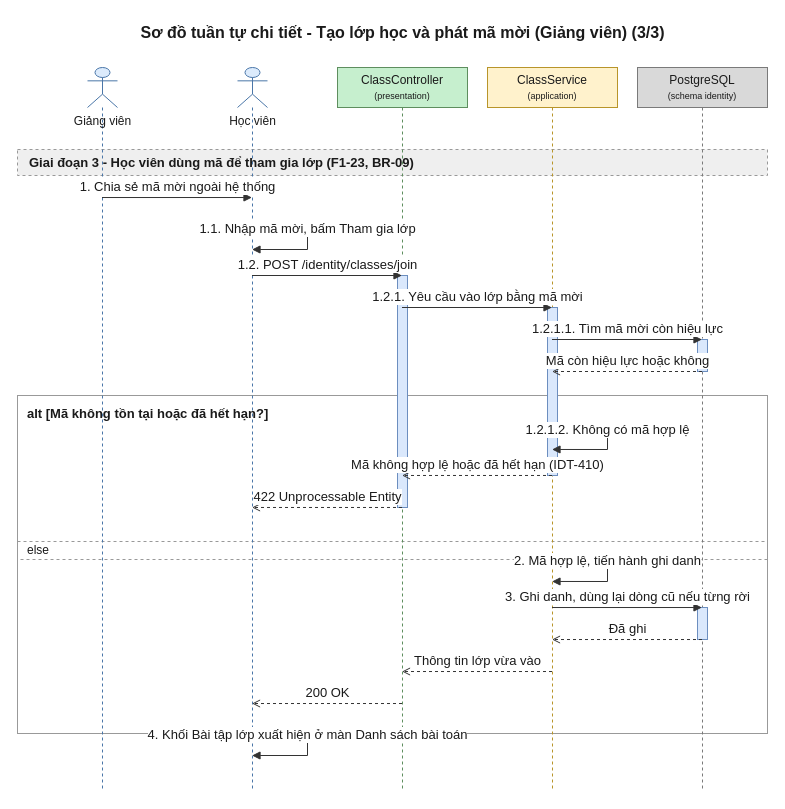
This is 08-diagram/sequence/gv/sequence_gv_tao_lop_va_ma_moi_p3.drawio from daiphu1801/PRJ_ALGOPREP, a draw.io file, before an edit. Source tidied: cells renumbered, new cells numbered last; positions are measured from the earlier drawing's top-left corner, leaving out a move shared by most shapes. Both pictures are drawn from the tidied source at 100%, with x=0, y=0 at pixel (17, 17).
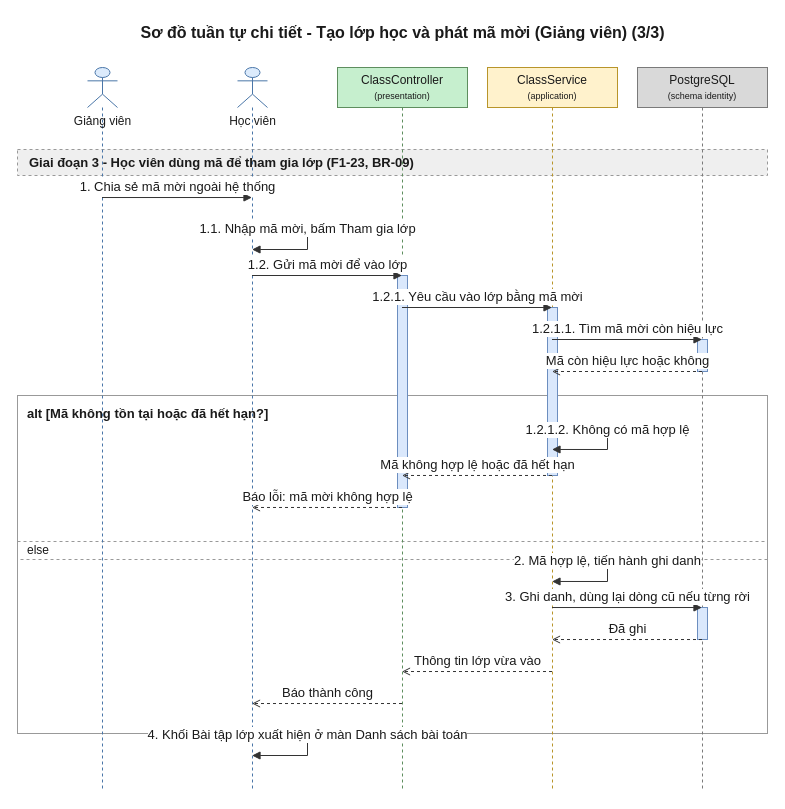
Above is the later version.

Unchanged cells that the change refers to:
```xml
<mxCell id="7" value="Học viên" style="shape=umlLifeline;participant=umlActor;perimeter=lifelinePerimeter;html=1;outlineConnect=0;size=40;verticalAlign=top;spacingTop=40;fillColor=#DCEBFC;strokeColor=#4A76A8;fontColor=#1A1A1A;" parent="1" vertex="1">
  <mxGeometry x="220" y="50" width="30" height="724" as="geometry" />
</mxCell>
<mxCell id="8" value="ClassController&lt;br&gt;&lt;font style=&quot;font-size:9px&quot;&gt;(presentation)&lt;/font&gt;" style="shape=umlLifeline;perimeter=lifelinePerimeter;whiteSpace=wrap;html=1;outlineConnect=0;size=40;fillColor=#C6EFCE;strokeColor=#5E8E5E;fontColor=#1A1A1A;" parent="1" vertex="1">
  <mxGeometry x="320" y="50" width="130" height="724" as="geometry" />
</mxCell>
<mxCell id="9" value="ClassService&lt;br&gt;&lt;font style=&quot;font-size:9px&quot;&gt;(application)&lt;/font&gt;" style="shape=umlLifeline;perimeter=lifelinePerimeter;whiteSpace=wrap;html=1;outlineConnect=0;size=40;fillColor=#FFF2CC;strokeColor=#B8952A;fontColor=#1A1A1A;" parent="1" vertex="1">
  <mxGeometry x="470" y="50" width="130" height="724" as="geometry" />
</mxCell>
```

The edit, as a diff of the source:
```diff
@@
-    <mxCell id="17" value="1.2. POST /identity/classes/join" style="edgeStyle=none;html=1;endArrow=block;endFill=1;strokeColor=#333333;fontColor=#1A1A1A;fontSize=13;verticalAlign=bottom;exitX=0.5;exitY=0.2873;exitDx=0;exitDy=0;entryX=0.5;entryY=0.2873;entryDx=0;entryDy=0;" parent="1" edge="1" source="7" target="8">
+    <mxCell id="17" value="1.2. Gửi mã mời để vào lớp" style="edgeStyle=none;html=1;endArrow=block;endFill=1;strokeColor=#333333;fontColor=#1A1A1A;fontSize=13;verticalAlign=bottom;exitX=0.5;exitY=0.2873;exitDx=0;exitDy=0;entryX=0.5;entryY=0.2873;entryDx=0;entryDy=0;" parent="1" edge="1" source="7" target="8">
       <mxGeometry relative="1" as="geometry" />
     </mxCell>
@@
-    <mxCell id="22" value="Mã không hợp lệ hoặc đã hết hạn (IDT-410)" style="edgeStyle=none;html=1;endArrow=open;endFill=0;dashed=1;strokeColor=#333333;fontColor=#1A1A1A;fontSize=13;verticalAlign=bottom;exitX=0.5;exitY=0.5635;exitDx=0;exitDy=0;entryX=0.5;entryY=0.5635;entryDx=0;entryDy=0;" parent="1" edge="1" source="9" target="8">
+    <mxCell id="22" value="Mã không hợp lệ hoặc đã hết hạn" style="edgeStyle=none;html=1;endArrow=open;endFill=0;dashed=1;strokeColor=#333333;fontColor=#1A1A1A;fontSize=13;verticalAlign=bottom;exitX=0.5;exitY=0.5635;exitDx=0;exitDy=0;entryX=0.5;entryY=0.5635;entryDx=0;entryDy=0;" parent="1" edge="1" source="9" target="8">
       <mxGeometry relative="1" as="geometry" />
     </mxCell>
-    <mxCell id="23" value="422 Unprocessable Entity" style="edgeStyle=none;html=1;endArrow=open;endFill=0;dashed=1;strokeColor=#333333;fontColor=#1A1A1A;fontSize=13;verticalAlign=bottom;exitX=0.5;exitY=0.6077;exitDx=0;exitDy=0;entryX=0.5;entryY=0.6077;entryDx=0;entryDy=0;" parent="1" edge="1" source="8" target="7">
+    <mxCell id="23" value="Báo lỗi: mã mời không hợp lệ" style="edgeStyle=none;html=1;endArrow=open;endFill=0;dashed=1;strokeColor=#333333;fontColor=#1A1A1A;fontSize=13;verticalAlign=bottom;exitX=0.5;exitY=0.6077;exitDx=0;exitDy=0;entryX=0.5;entryY=0.6077;entryDx=0;entryDy=0;" parent="1" edge="1" source="8" target="7">
       <mxGeometry relative="1" as="geometry" />
     </mxCell>
@@
-    <mxCell id="28" value="200 OK" style="edgeStyle=none;html=1;endArrow=open;endFill=0;dashed=1;strokeColor=#333333;fontColor=#1A1A1A;fontSize=13;verticalAlign=bottom;exitX=0.5;exitY=0.8785;exitDx=0;exitDy=0;entryX=0.5;entryY=0.8785;entryDx=0;entryDy=0;" parent="1" edge="1" source="8" target="7">
+    <mxCell id="28" value="Báo thành công" style="edgeStyle=none;html=1;endArrow=open;endFill=0;dashed=1;strokeColor=#333333;fontColor=#1A1A1A;fontSize=13;verticalAlign=bottom;exitX=0.5;exitY=0.8785;exitDx=0;exitDy=0;entryX=0.5;entryY=0.8785;entryDx=0;entryDy=0;" parent="1" edge="1" source="8" target="7">
       <mxGeometry relative="1" as="geometry" />
     </mxCell>
```
